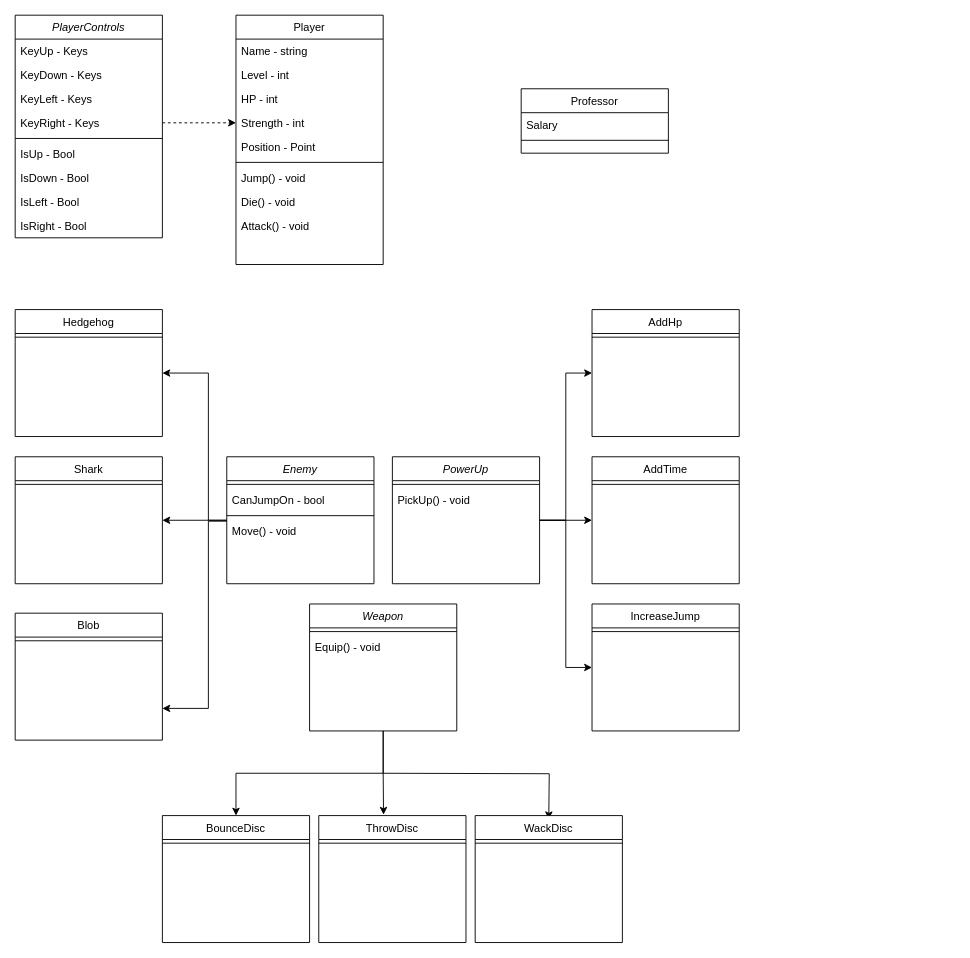
This is WackDiscSpel_UML.drawio from olelwow/BeardDefender, a draw.io file, before an edit. Source tidied: cells renumbered, new cells numbered last; positions are measured from the earlier drawing's top-left corner, leaving out a move shared by most shapes. Both pictures are drawn from the tidied source at 92%, with x=0, y=0 at pixel (15, 15).
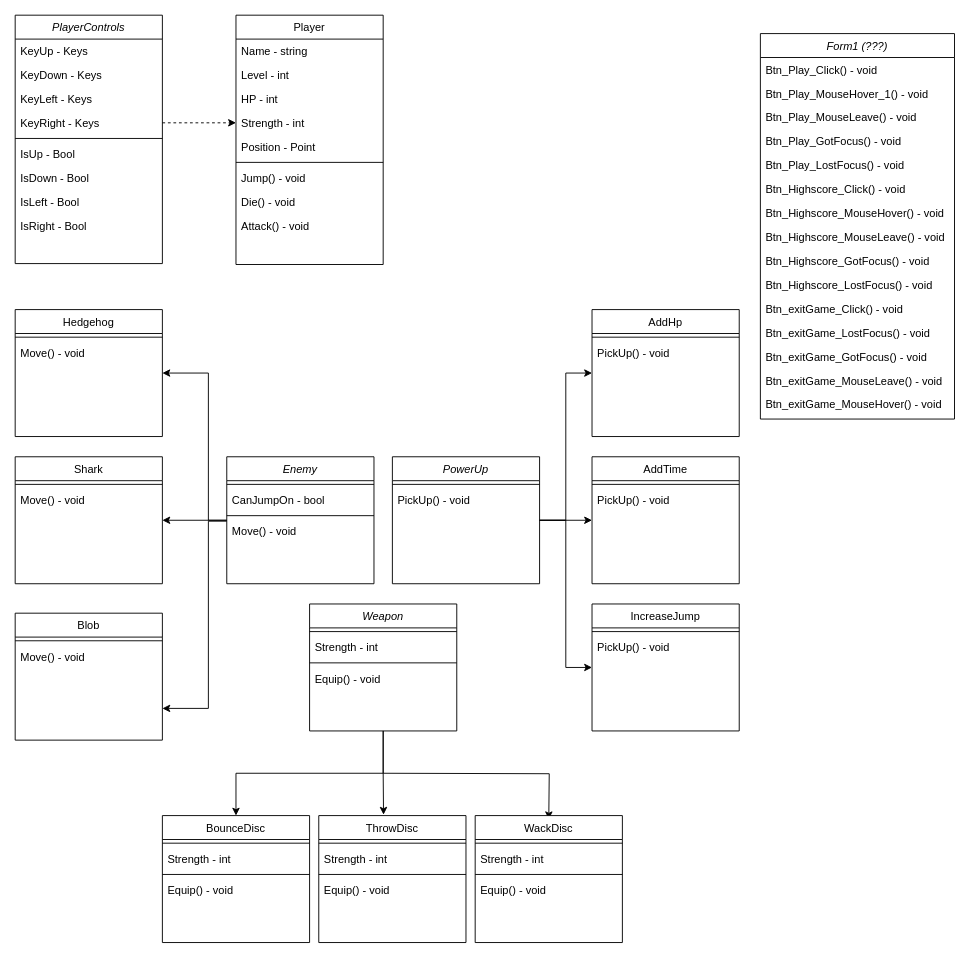
Above is the later version.

Unchanged cells that the change refers to:
```xml
<mxCell id="34" value="Hedgehog&#10;" style="swimlane;fontStyle=0;align=center;verticalAlign=top;horizontal=1;startSize=26;rounded=0;shadow=0;strokeWidth=1;" parent="1" vertex="1">
  <mxGeometry y="320" width="160" height="138" as="geometry" />
</mxCell>
<mxCell id="36" value="Shark&#10;" style="swimlane;fontStyle=0;align=center;verticalAlign=top;horizontal=1;startSize=26;rounded=0;shadow=0;strokeWidth=1;" parent="1" vertex="1">
  <mxGeometry y="480" width="160" height="138" as="geometry" />
</mxCell>
<mxCell id="38" value="Blob&#10;" style="swimlane;fontStyle=0;align=center;verticalAlign=top;horizontal=1;startSize=26;rounded=0;shadow=0;strokeWidth=1;" parent="1" vertex="1">
  <mxGeometry y="650" width="160" height="138" as="geometry" />
</mxCell>
<mxCell id="46" value="AddHp&#10;" style="swimlane;fontStyle=0;align=center;verticalAlign=top;horizontal=1;startSize=26;rounded=0;shadow=0;strokeWidth=1;" parent="1" vertex="1">
  <mxGeometry x="627" y="320" width="160" height="138" as="geometry" />
</mxCell>
<mxCell id="48" value="AddTime&#10;" style="swimlane;fontStyle=0;align=center;verticalAlign=top;horizontal=1;startSize=26;rounded=0;shadow=0;strokeWidth=1;" parent="1" vertex="1">
  <mxGeometry x="627" y="480" width="160" height="138" as="geometry" />
</mxCell>
<mxCell id="50" value="IncreaseJump&#10;" style="swimlane;fontStyle=0;align=center;verticalAlign=top;horizontal=1;startSize=26;rounded=0;shadow=0;strokeWidth=1;" parent="1" vertex="1">
  <mxGeometry x="627" y="640" width="160" height="138" as="geometry" />
</mxCell>
<mxCell id="54" value="Weapon&#10;" style="swimlane;fontStyle=2;align=center;verticalAlign=top;horizontal=1;startSize=26;rounded=0;shadow=0;strokeWidth=1;" parent="1" vertex="1">
  <mxGeometry x="320" y="640" width="160" height="138" as="geometry" />
</mxCell>
<mxCell id="57" value="BounceDisc&#10;" style="swimlane;fontStyle=0;align=center;verticalAlign=top;horizontal=1;startSize=26;rounded=0;shadow=0;strokeWidth=1;" parent="1" vertex="1">
  <mxGeometry x="160" y="870" width="160" height="138" as="geometry" />
</mxCell>
<mxCell id="59" value="ThrowDisc&#10;" style="swimlane;fontStyle=0;align=center;verticalAlign=top;horizontal=1;startSize=26;rounded=0;shadow=0;strokeWidth=1;" parent="1" vertex="1">
  <mxGeometry x="330" y="870" width="160" height="138" as="geometry" />
</mxCell>
<mxCell id="61" value="WackDisc&#10;" style="swimlane;fontStyle=0;align=center;verticalAlign=top;horizontal=1;startSize=26;rounded=0;shadow=0;strokeWidth=1;" parent="1" vertex="1">
  <mxGeometry x="500" y="870" width="160" height="138" as="geometry" />
</mxCell>
```

Diff of the diagram source:
```diff
@@
     <mxCell id="3" value="PlayerControls&#10;" style="swimlane;fontStyle=2;align=center;verticalAlign=top;horizontal=1;startSize=26;rounded=0;shadow=0;strokeWidth=1;" parent="1" vertex="1">
-      <mxGeometry width="160" height="242" as="geometry" />
+      <mxGeometry width="160" height="270" as="geometry" />
     </mxCell>
@@
-    <mxCell id="21" value="Professor" style="swimlane;fontStyle=0;align=center;verticalAlign=top;horizontal=1;startSize=26;rounded=0;shadow=0;strokeWidth=1;" parent="1" vertex="1">
-      <mxGeometry x="550" y="80" width="160" height="70" as="geometry" />
-    </mxCell>
-    <mxCell id="22" value="Salary" style="text;align=left;verticalAlign=top;spacingLeft=4;spacingRight=4;overflow=hidden;" parent="21" vertex="1">
-      <mxGeometry y="26" width="160" height="26" as="geometry" />
-    </mxCell>
-    <mxCell id="23" style="line;html=1;strokeWidth=1;align=left;verticalAlign=middle;spacingTop=-1;spacingLeft=3;spacingRight=3;labelPosition=right;" parent="21" vertex="1">
-      <mxGeometry y="52" width="160" height="8" as="geometry" />
-    </mxCell>
@@
+    <mxCell id="64" value="Move() - void&#10;" style="text;align=left;verticalAlign=top;spacingLeft=4;spacingRight=4;overflow=hidden;" parent="34" vertex="1">
+      <mxGeometry y="34" width="160" height="26" as="geometry" />
+    </mxCell>
@@
+    <mxCell id="65" value="Move() - void&#10;" style="text;align=left;verticalAlign=top;spacingLeft=4;spacingRight=4;overflow=hidden;" parent="36" vertex="1">
+      <mxGeometry y="34" width="160" height="26" as="geometry" />
+    </mxCell>
@@
+    <mxCell id="66" value="Move() - void&#10;" style="text;align=left;verticalAlign=top;spacingLeft=4;spacingRight=4;overflow=hidden;" parent="38" vertex="1">
+      <mxGeometry y="34" width="160" height="26" as="geometry" />
+    </mxCell>
@@
+    <mxCell id="67" value="PickUp() - void&#10;" style="text;align=left;verticalAlign=top;spacingLeft=4;spacingRight=4;overflow=hidden;" parent="46" vertex="1">
+      <mxGeometry y="34" width="160" height="26" as="geometry" />
+    </mxCell>
@@
+    <mxCell id="68" value="PickUp() - void&#10;" style="text;align=left;verticalAlign=top;spacingLeft=4;spacingRight=4;overflow=hidden;" parent="48" vertex="1">
+      <mxGeometry y="34" width="160" height="26" as="geometry" />
+    </mxCell>
@@
+    <mxCell id="69" value="PickUp() - void&#10;" style="text;align=left;verticalAlign=top;spacingLeft=4;spacingRight=4;overflow=hidden;" parent="50" vertex="1">
+      <mxGeometry y="34" width="160" height="26" as="geometry" />
+    </mxCell>
@@
+    <mxCell id="70" value="Strength - int&#10;" style="text;align=left;verticalAlign=top;spacingLeft=4;spacingRight=4;overflow=hidden;" parent="54" vertex="1">
+      <mxGeometry y="34" width="160" height="26" as="geometry" />
+    </mxCell>
+    <mxCell id="71" style="line;html=1;strokeWidth=1;align=left;verticalAlign=middle;spacingTop=-1;spacingLeft=3;spacingRight=3;labelPosition=right;" parent="54" vertex="1">
+      <mxGeometry y="60" width="160" height="8" as="geometry" />
+    </mxCell>
     <mxCell id="56" value="Equip() - void&#10;&#10;" style="text;align=left;verticalAlign=top;spacingLeft=4;spacingRight=4;overflow=hidden;" parent="54" vertex="1">
-      <mxGeometry y="34" width="160" height="26" as="geometry" />
+      <mxGeometry y="68" width="160" height="26" as="geometry" />
     </mxCell>
@@
+    <mxCell id="72" value="Strength - int&#10;" style="text;align=left;verticalAlign=top;spacingLeft=4;spacingRight=4;overflow=hidden;" parent="57" vertex="1">
+      <mxGeometry y="34" width="160" height="26" as="geometry" />
+    </mxCell>
+    <mxCell id="73" style="line;html=1;strokeWidth=1;align=left;verticalAlign=middle;spacingTop=-1;spacingLeft=3;spacingRight=3;labelPosition=right;" parent="57" vertex="1">
+      <mxGeometry y="60" width="160" height="8" as="geometry" />
+    </mxCell>
+    <mxCell id="74" value="Equip() - void&#10;&#10;" style="text;align=left;verticalAlign=top;spacingLeft=4;spacingRight=4;overflow=hidden;" parent="57" vertex="1">
+      <mxGeometry y="68" width="160" height="26" as="geometry" />
+    </mxCell>
@@
+    <mxCell id="75" value="Strength - int&#10;" style="text;align=left;verticalAlign=top;spacingLeft=4;spacingRight=4;overflow=hidden;" parent="59" vertex="1">
+      <mxGeometry y="34" width="160" height="26" as="geometry" />
+    </mxCell>
+    <mxCell id="76" style="line;html=1;strokeWidth=1;align=left;verticalAlign=middle;spacingTop=-1;spacingLeft=3;spacingRight=3;labelPosition=right;" parent="59" vertex="1">
+      <mxGeometry y="60" width="160" height="8" as="geometry" />
+    </mxCell>
+    <mxCell id="77" value="Equip() - void&#10;&#10;" style="text;align=left;verticalAlign=top;spacingLeft=4;spacingRight=4;overflow=hidden;" parent="59" vertex="1">
+      <mxGeometry y="68" width="160" height="26" as="geometry" />
+    </mxCell>
@@
+    <mxCell id="78" value="Strength - int&#10;" style="text;align=left;verticalAlign=top;spacingLeft=4;spacingRight=4;overflow=hidden;" parent="61" vertex="1">
+      <mxGeometry y="34" width="160" height="26" as="geometry" />
+    </mxCell>
+    <mxCell id="79" style="line;html=1;strokeWidth=1;align=left;verticalAlign=middle;spacingTop=-1;spacingLeft=3;spacingRight=3;labelPosition=right;" parent="61" vertex="1">
+      <mxGeometry y="60" width="160" height="8" as="geometry" />
+    </mxCell>
+    <mxCell id="80" value="Equip() - void&#10;&#10;" style="text;align=left;verticalAlign=top;spacingLeft=4;spacingRight=4;overflow=hidden;" parent="61" vertex="1">
+      <mxGeometry y="68" width="160" height="26" as="geometry" />
+    </mxCell>
@@
+    <mxCell id="81" value="Form1 (???)" style="swimlane;fontStyle=2;align=center;verticalAlign=top;horizontal=1;startSize=26;rounded=0;shadow=0;strokeWidth=1;" parent="1" vertex="1">
+      <mxGeometry x="810" y="20" width="211" height="419" as="geometry" />
+    </mxCell>
+    <mxCell id="82" value="Btn_Play_Click() - void" style="text;align=left;verticalAlign=top;spacingLeft=4;spacingRight=4;overflow=hidden;rounded=0;shadow=0;html=0;" parent="81" vertex="1">
+      <mxGeometry y="26" width="211" height="26" as="geometry" />
+    </mxCell>
+    <mxCell id="83" value="Btn_Play_MouseHover_1() - void&#10;&#10;" style="text;align=left;verticalAlign=top;spacingLeft=4;spacingRight=4;overflow=hidden;" parent="81" vertex="1">
+      <mxGeometry y="52" width="211" height="26" as="geometry" />
+    </mxCell>
+    <mxCell id="84" value="Btn_Play_MouseLeave() - void" style="text;align=left;verticalAlign=top;spacingLeft=4;spacingRight=4;overflow=hidden;" parent="81" vertex="1">
+      <mxGeometry y="78" width="211" height="26" as="geometry" />
+    </mxCell>
+    <mxCell id="85" value="Btn_Play_GotFocus() - void" style="text;align=left;verticalAlign=top;spacingLeft=4;spacingRight=4;overflow=hidden;" parent="81" vertex="1">
+      <mxGeometry y="104" width="211" height="26" as="geometry" />
+    </mxCell>
+    <mxCell id="86" value="Btn_Play_LostFocus() - void&#10;" style="text;align=left;verticalAlign=top;spacingLeft=4;spacingRight=4;overflow=hidden;" parent="81" vertex="1">
+      <mxGeometry y="130" width="211" height="26" as="geometry" />
+    </mxCell>
+    <mxCell id="87" value="Btn_Highscore_Click() - void" style="text;align=left;verticalAlign=top;spacingLeft=4;spacingRight=4;overflow=hidden;rounded=0;shadow=0;html=0;" parent="81" vertex="1">
+      <mxGeometry y="156" width="211" height="26" as="geometry" />
+    </mxCell>
+    <mxCell id="88" value="Btn_Highscore_MouseHover() - void&#10;&#10;" style="text;align=left;verticalAlign=top;spacingLeft=4;spacingRight=4;overflow=hidden;" parent="81" vertex="1">
+      <mxGeometry y="182" width="211" height="26" as="geometry" />
+    </mxCell>
+    <mxCell id="89" value="Btn_Highscore_MouseLeave() - void" style="text;align=left;verticalAlign=top;spacingLeft=4;spacingRight=4;overflow=hidden;" parent="81" vertex="1">
+      <mxGeometry y="208" width="211" height="26" as="geometry" />
+    </mxCell>
+    <mxCell id="90" value="Btn_Highscore_GotFocus() - void" style="text;align=left;verticalAlign=top;spacingLeft=4;spacingRight=4;overflow=hidden;" parent="81" vertex="1">
+      <mxGeometry y="234" width="211" height="26" as="geometry" />
+    </mxCell>
+    <mxCell id="91" value="Btn_Highscore_LostFocus() - void&#10;" style="text;align=left;verticalAlign=top;spacingLeft=4;spacingRight=4;overflow=hidden;" parent="81" vertex="1">
+      <mxGeometry y="260" width="211" height="26" as="geometry" />
+    </mxCell>
+    <mxCell id="92" value="Btn_exitGame_Click() - void" style="text;align=left;verticalAlign=top;spacingLeft=4;spacingRight=4;overflow=hidden;rounded=0;shadow=0;html=0;" parent="81" vertex="1">
+      <mxGeometry y="286" width="211" height="26" as="geometry" />
+    </mxCell>
+    <mxCell id="93" value="Btn_exitGame_LostFocus() - void&#10;" style="text;align=left;verticalAlign=top;spacingLeft=4;spacingRight=4;overflow=hidden;" parent="81" vertex="1">
+      <mxGeometry y="312" width="211" height="26" as="geometry" />
+    </mxCell>
+    <mxCell id="94" value="Btn_exitGame_GotFocus() - void" style="text;align=left;verticalAlign=top;spacingLeft=4;spacingRight=4;overflow=hidden;" parent="81" vertex="1">
+      <mxGeometry y="338" width="211" height="26" as="geometry" />
+    </mxCell>
+    <mxCell id="95" value="Btn_exitGame_MouseLeave() - void" style="text;align=left;verticalAlign=top;spacingLeft=4;spacingRight=4;overflow=hidden;" parent="81" vertex="1">
+      <mxGeometry y="364" width="211" height="26" as="geometry" />
+    </mxCell>
+    <mxCell id="96" value="Btn_exitGame_MouseHover() - void&#10;&#10;" style="text;align=left;verticalAlign=top;spacingLeft=4;spacingRight=4;overflow=hidden;" parent="81" vertex="1">
+      <mxGeometry y="390" width="211" height="26" as="geometry" />
+    </mxCell>
```
